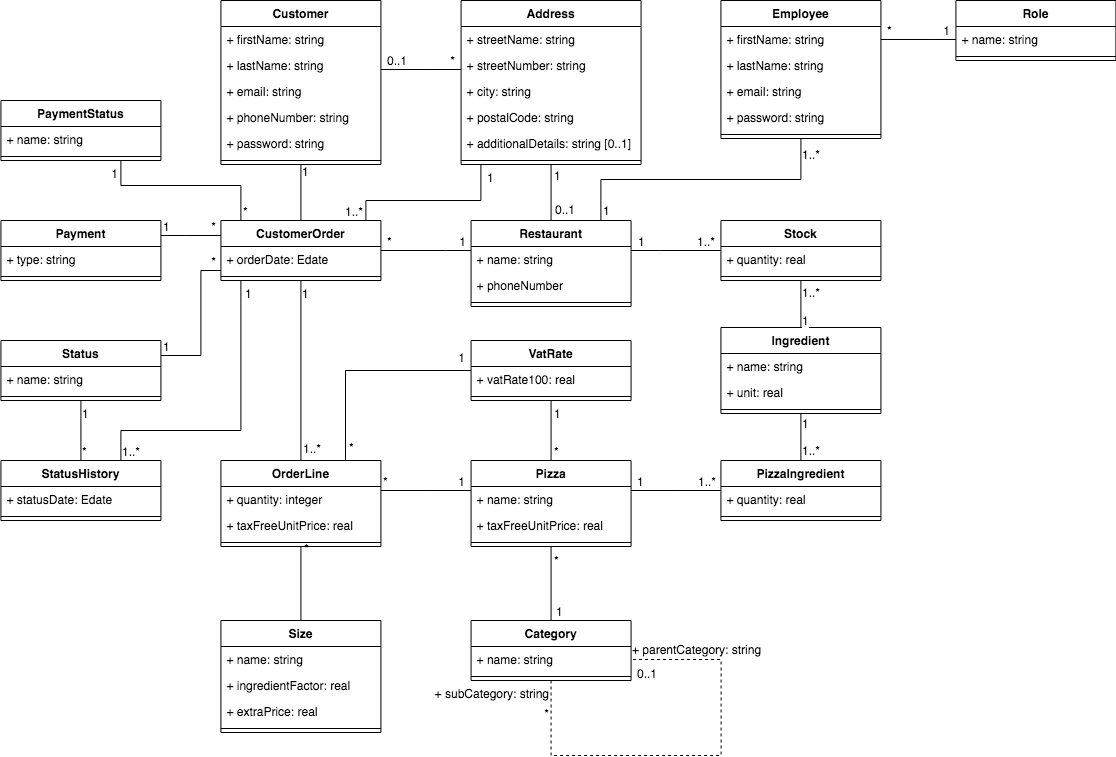
This is Diagrams/Class_diagram.png from GuillaumeOj/DesignTechnicalSolution, a draw.io export, as it was before one commit. Source tidied: cells renumbered, new cells last; positions are measured from the earlier drawing's top-left corner, leaving out a move shared by most shapes.
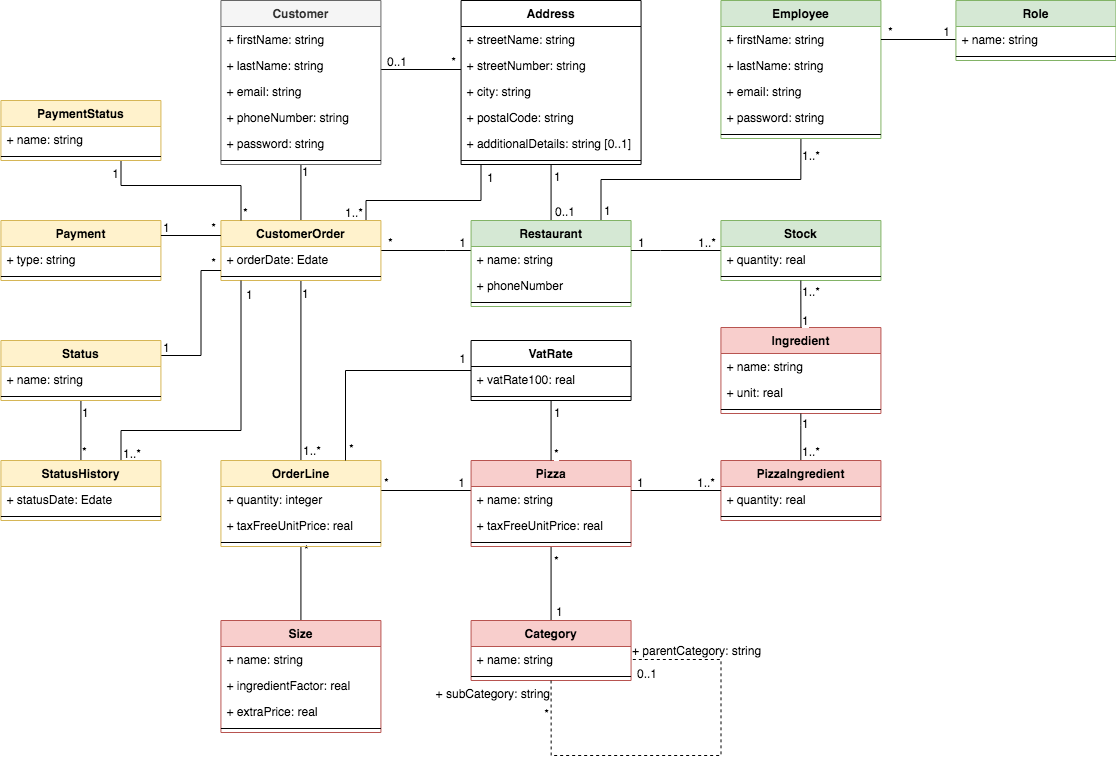
Later version of the same file.

Commit message:
Add colors to the class diagram according to the colors used for the entity relationship diagram

Diff of the diagram source:
```diff
@@ -2,7 +2,7 @@
   <root>
     <mxCell id="0" />
     <mxCell id="1" parent="0" />
-    <mxCell id="2" value="Ingredient" style="swimlane;fontStyle=1;align=center;verticalAlign=top;horizontal=1;startSize=26;" parent="1" vertex="1">
+    <mxCell id="2" value="Ingredient" style="swimlane;fontStyle=1;align=center;verticalAlign=top;horizontal=1;startSize=26;fillColor=#f8cecc;strokeColor=#b85450;" parent="1" vertex="1">
       <mxGeometry x="720.4" y="327" width="160" height="86" as="geometry" />
     </mxCell>
     <mxCell id="3" value="+ name: string" style="text;strokeColor=none;fillColor=none;align=left;verticalAlign=top;spacingLeft=4;spacingRight=4;overflow=hidden;" parent="2" vertex="1">
@@ -45,7 +45,7 @@
         <mxPoint y="-23.1" as="offset" />
       </mxGeometry>
     </mxCell>
-    <mxCell id="12" value="Customer" style="swimlane;fontStyle=1;align=center;verticalAlign=top;horizontal=1;startSize=26;" parent="1" vertex="1">
+    <mxCell id="12" value="Customer" style="swimlane;fontStyle=1;align=center;verticalAlign=top;horizontal=1;startSize=26;fillColor=#f5f5f5;strokeColor=#666666;fontColor=#333333;" parent="1" vertex="1">
       <mxGeometry x="220.4" width="160" height="164" as="geometry" />
     </mxCell>
     <mxCell id="13" value="+ firstName: string" style="text;strokeColor=none;fillColor=none;align=left;verticalAlign=top;spacingLeft=4;spacingRight=4;overflow=hidden;" parent="12" vertex="1">
@@ -84,7 +84,7 @@
         <mxPoint y="-20.9" as="offset" />
       </mxGeometry>
     </mxCell>
-    <mxCell id="22" value="Employee" style="swimlane;fontStyle=1;align=center;verticalAlign=top;horizontal=1;startSize=26;" parent="1" vertex="1">
+    <mxCell id="22" value="Employee" style="swimlane;fontStyle=1;align=center;verticalAlign=top;horizontal=1;startSize=26;fillColor=#d5e8d4;strokeColor=#82b366;" parent="1" vertex="1">
       <mxGeometry x="720.4" width="160" height="138" as="geometry" />
     </mxCell>
     <mxCell id="23" value="+ firstName: string" style="text;strokeColor=none;fillColor=none;align=left;verticalAlign=top;spacingLeft=4;spacingRight=4;overflow=hidden;points=[[0,0.5],[1,0.5]];portConstraint=eastwest;" parent="22" vertex="1">
@@ -172,7 +172,7 @@
         <mxPoint x="-21.9" y="20" as="offset" />
       </mxGeometry>
     </mxCell>
-    <mxCell id="44" value="CustomerOrder" style="swimlane;fontStyle=1;align=center;verticalAlign=top;horizontal=1;startSize=26;" parent="1" vertex="1">
+    <mxCell id="44" value="CustomerOrder" style="swimlane;fontStyle=1;align=center;verticalAlign=top;horizontal=1;startSize=26;fillColor=#fff2cc;strokeColor=#d6b656;" parent="1" vertex="1">
       <mxGeometry x="220.4" y="220" width="160" height="60" as="geometry" />
     </mxCell>
     <mxCell id="45" value="+ orderDate: Edate" style="text;strokeColor=none;fillColor=none;align=left;verticalAlign=top;spacingLeft=4;spacingRight=4;overflow=hidden;" parent="44" vertex="1">
@@ -194,7 +194,7 @@
         <mxPoint x="3" y="12.3" as="offset" />
       </mxGeometry>
     </mxCell>
-    <mxCell id="50" value="Restaurant" style="swimlane;fontStyle=1;align=center;verticalAlign=top;horizontal=1;startSize=26;" parent="1" vertex="1">
+    <mxCell id="50" value="Restaurant" style="swimlane;fontStyle=1;align=center;verticalAlign=top;horizontal=1;startSize=26;fillColor=#d5e8d4;strokeColor=#82b366;" parent="1" vertex="1">
       <mxGeometry x="470.6" y="220" width="160" height="86" as="geometry" />
     </mxCell>
     <mxCell id="51" value="+ name: string" style="text;strokeColor=none;fillColor=none;align=left;verticalAlign=top;spacingLeft=4;spacingRight=4;overflow=hidden;" parent="50" vertex="1">
@@ -224,7 +224,7 @@
         <mxPoint x="36.6" y="2" as="offset" />
       </mxGeometry>
     </mxCell>
-    <mxCell id="57" value="Stock" style="swimlane;fontStyle=1;align=center;verticalAlign=top;horizontal=1;startSize=26;" parent="1" vertex="1">
+    <mxCell id="57" value="Stock" style="swimlane;fontStyle=1;align=center;verticalAlign=top;horizontal=1;startSize=26;fillColor=#d5e8d4;strokeColor=#82b366;" parent="1" vertex="1">
       <mxGeometry x="720.4" y="220" width="160" height="60" as="geometry" />
     </mxCell>
     <mxCell id="58" value="+ quantity: real" style="text;strokeColor=none;fillColor=none;align=left;verticalAlign=top;spacingLeft=4;spacingRight=4;overflow=hidden;" parent="57" vertex="1">
@@ -269,7 +269,7 @@
         <mxPoint x="-2" y="8" as="offset" />
       </mxGeometry>
     </mxCell>
-    <mxCell id="66" value="PizzaIngredient" style="swimlane;fontStyle=1;align=center;verticalAlign=top;horizontal=1;startSize=26;" parent="1" vertex="1">
+    <mxCell id="66" value="PizzaIngredient" style="swimlane;fontStyle=1;align=center;verticalAlign=top;horizontal=1;startSize=26;fillColor=#f8cecc;strokeColor=#b85450;" parent="1" vertex="1">
       <mxGeometry x="720.4" y="460" width="160" height="60" as="geometry" />
     </mxCell>
     <mxCell id="67" value="+ quantity: real" style="text;strokeColor=none;fillColor=none;align=left;verticalAlign=top;spacingLeft=4;spacingRight=4;overflow=hidden;" parent="66" vertex="1">
@@ -309,7 +309,7 @@
         <mxPoint x="3.9" y="-20.7" as="offset" />
       </mxGeometry>
     </mxCell>
-    <mxCell id="75" value="Pizza" style="swimlane;fontStyle=1;align=center;verticalAlign=top;horizontal=1;startSize=26;" parent="1" vertex="1">
+    <mxCell id="75" value="Pizza" style="swimlane;fontStyle=1;align=center;verticalAlign=top;horizontal=1;startSize=26;fillColor=#f8cecc;strokeColor=#b85450;" parent="1" vertex="1">
       <mxGeometry x="470.6" y="460" width="160" height="86" as="geometry" />
     </mxCell>
     <mxCell id="76" value="+ name: string" style="text;strokeColor=none;fillColor=none;align=left;verticalAlign=top;spacingLeft=4;spacingRight=4;overflow=hidden;points=[[0,0.5],[1,0.5]];portConstraint=eastwest;" parent="75" vertex="1">
@@ -343,7 +343,7 @@
     <mxCell id="84" style="line;strokeWidth=1;fillColor=none;align=left;verticalAlign=middle;spacingTop=-1;spacingLeft=3;spacingRight=3;labelPosition=right;" parent="82" vertex="1">
       <mxGeometry y="52" width="160" height="8" as="geometry" />
     </mxCell>
-    <mxCell id="85" value="Category" style="swimlane;fontStyle=1;align=center;verticalAlign=top;horizontal=1;startSize=26;" parent="1" vertex="1">
+    <mxCell id="85" value="Category" style="swimlane;fontStyle=1;align=center;verticalAlign=top;horizontal=1;startSize=26;fillColor=#f8cecc;strokeColor=#b85450;" parent="1" vertex="1">
       <mxGeometry x="470.6" y="620" width="160" height="60" as="geometry" />
     </mxCell>
     <mxCell id="86" value="+ name: string" style="text;strokeColor=none;fillColor=none;align=left;verticalAlign=top;spacingLeft=4;spacingRight=4;overflow=hidden;points=[[0,0.5],[1,0.5]];portConstraint=eastwest;" parent="85" vertex="1">
@@ -394,7 +394,7 @@
         <mxPoint x="1" y="-40.4" as="offset" />
       </mxGeometry>
     </mxCell>
-    <mxCell id="96" value="OrderLine" style="swimlane;fontStyle=1;align=center;verticalAlign=top;horizontal=1;startSize=26;" parent="1" vertex="1">
+    <mxCell id="96" value="OrderLine" style="swimlane;fontStyle=1;align=center;verticalAlign=top;horizontal=1;startSize=26;fillColor=#fff2cc;strokeColor=#d6b656;" parent="1" vertex="1">
       <mxGeometry x="220.4" y="460" width="160" height="86" as="geometry" />
     </mxCell>
     <mxCell id="97" value="+ quantity: integer" style="text;strokeColor=none;fillColor=none;align=left;verticalAlign=top;spacingLeft=4;spacingRight=4;overflow=hidden;" parent="96" vertex="1">
@@ -406,7 +406,7 @@
     <mxCell id="99" style="line;strokeWidth=1;fillColor=none;align=left;verticalAlign=middle;spacingTop=-1;spacingLeft=3;spacingRight=3;labelPosition=right;" parent="96" vertex="1">
       <mxGeometry y="78" width="160" height="8" as="geometry" />
     </mxCell>
-    <mxCell id="100" value="Size" style="swimlane;fontStyle=1;align=center;verticalAlign=top;horizontal=1;startSize=26;" parent="1" vertex="1">
+    <mxCell id="100" value="Size" style="swimlane;fontStyle=1;align=center;verticalAlign=top;horizontal=1;startSize=26;fillColor=#f8cecc;strokeColor=#b85450;" parent="1" vertex="1">
       <mxGeometry x="220.4" y="620" width="160" height="112" as="geometry" />
     </mxCell>
     <mxCell id="101" value="+ name: string" style="text;strokeColor=none;fillColor=none;align=left;verticalAlign=top;spacingLeft=4;spacingRight=4;overflow=hidden;" parent="100" vertex="1">
@@ -439,7 +439,7 @@
         <mxPoint x="15.1" y="37" as="offset" />
       </mxGeometry>
     </mxCell>
-    <mxCell id="108" value="PaymentStatus" style="swimlane;fontStyle=1;align=center;verticalAlign=top;horizontal=1;startSize=26;" parent="1" vertex="1">
+    <mxCell id="108" value="PaymentStatus" style="swimlane;fontStyle=1;align=center;verticalAlign=top;horizontal=1;startSize=26;fillColor=#fff2cc;strokeColor=#d6b656;" parent="1" vertex="1">
       <mxGeometry x="0.4" y="100" width="160" height="60" as="geometry" />
     </mxCell>
     <mxCell id="109" value="+ name: string" style="text;strokeColor=none;fillColor=none;align=left;verticalAlign=top;spacingLeft=4;spacingRight=4;overflow=hidden;" parent="108" vertex="1">
@@ -448,7 +448,7 @@
     <mxCell id="110" style="line;strokeWidth=1;fillColor=none;align=left;verticalAlign=middle;spacingTop=-1;spacingLeft=3;spacingRight=3;labelPosition=right;" parent="108" vertex="1">
       <mxGeometry y="52" width="160" height="8" as="geometry" />
     </mxCell>
-    <mxCell id="111" value="Payment" style="swimlane;fontStyle=1;align=center;verticalAlign=top;horizontal=1;startSize=26;" parent="1" vertex="1">
+    <mxCell id="111" value="Payment" style="swimlane;fontStyle=1;align=center;verticalAlign=top;horizontal=1;startSize=26;fillColor=#fff2cc;strokeColor=#d6b656;" parent="1" vertex="1">
       <mxGeometry x="0.4" y="220" width="160" height="60" as="geometry" />
     </mxCell>
     <mxCell id="112" value="+ type: string" style="text;strokeColor=none;fillColor=none;align=left;verticalAlign=top;spacingLeft=4;spacingRight=4;overflow=hidden;" parent="111" vertex="1">
@@ -488,7 +488,7 @@
         <mxPoint x="1" y="14.7" as="offset" />
       </mxGeometry>
     </mxCell>
-    <mxCell id="120" value="Status" style="swimlane;fontStyle=1;align=center;verticalAlign=top;horizontal=1;startSize=26;" parent="1" vertex="1">
+    <mxCell id="120" value="Status" style="swimlane;fontStyle=1;align=center;verticalAlign=top;horizontal=1;startSize=26;fillColor=#fff2cc;strokeColor=#d6b656;" parent="1" vertex="1">
       <mxGeometry x="0.4" y="340" width="160" height="60" as="geometry" />
     </mxCell>
     <mxCell id="121" value="+ name: string" style="text;strokeColor=none;fillColor=none;align=left;verticalAlign=top;spacingLeft=4;spacingRight=4;overflow=hidden;" parent="120" vertex="1">
@@ -515,7 +515,7 @@
         <mxPoint y="10.9" as="offset" />
       </mxGeometry>
     </mxCell>
-    <mxCell id="126" value="StatusHistory" style="swimlane;fontStyle=1;align=center;verticalAlign=top;horizontal=1;startSize=26;" parent="1" vertex="1">
+    <mxCell id="126" value="StatusHistory" style="swimlane;fontStyle=1;align=center;verticalAlign=top;horizontal=1;startSize=26;fillColor=#fff2cc;strokeColor=#d6b656;" parent="1" vertex="1">
       <mxGeometry x="0.4" y="460" width="160" height="60" as="geometry" />
     </mxCell>
     <mxCell id="127" value="+ statusDate: Edate" style="text;strokeColor=none;fillColor=none;align=left;verticalAlign=top;spacingLeft=4;spacingRight=4;overflow=hidden;" parent="126" vertex="1">
@@ -578,7 +578,7 @@
         <mxPoint x="-16.3" as="offset" />
       </mxGeometry>
     </mxCell>
-    <mxCell id="138" value="Role" style="swimlane;fontStyle=1;align=center;verticalAlign=top;horizontal=1;startSize=26;" parent="1" vertex="1">
+    <mxCell id="138" value="Role" style="swimlane;fontStyle=1;align=center;verticalAlign=top;horizontal=1;startSize=26;fillColor=#d5e8d4;strokeColor=#82b366;" parent="1" vertex="1">
       <mxGeometry x="955.4" width="160" height="60" as="geometry" />
     </mxCell>
     <mxCell id="139" value="+ name: string" style="text;strokeColor=none;fillColor=none;align=left;verticalAlign=top;spacingLeft=4;spacingRight=4;overflow=hidden;" parent="138" vertex="1">
```
